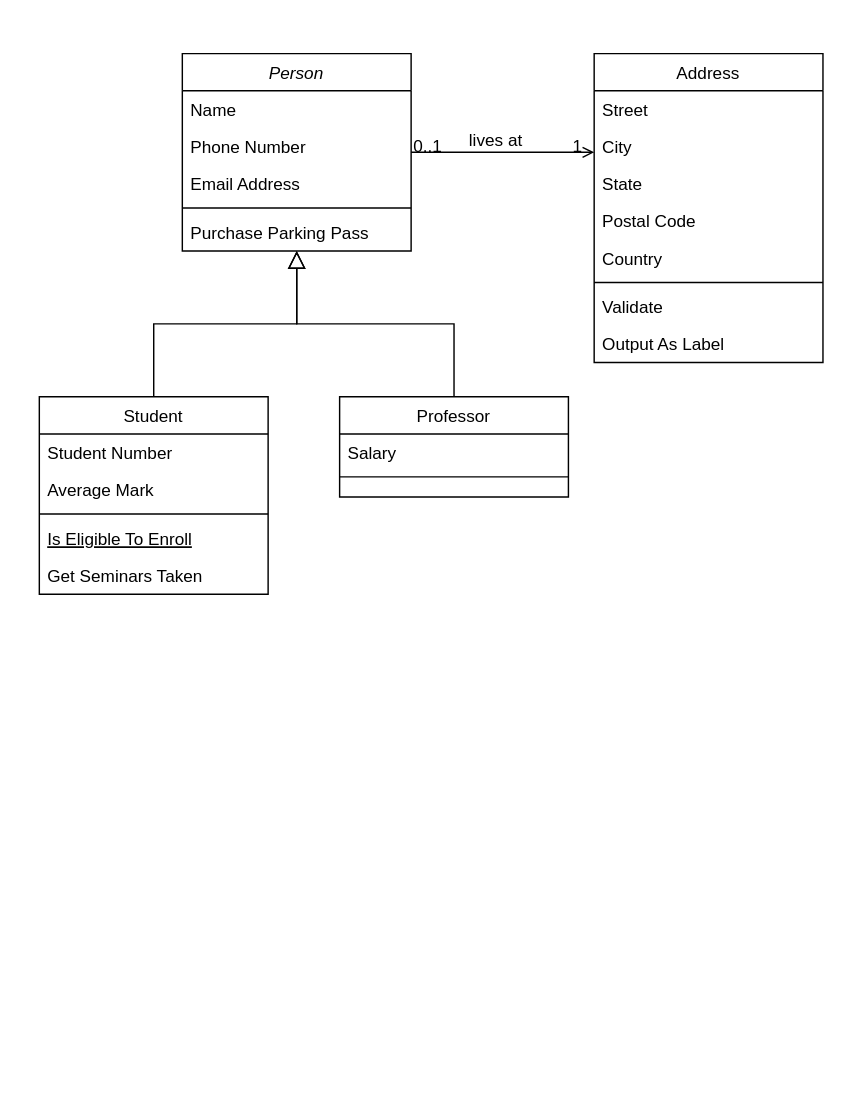
Before: doc/Untitled Diagram.drawio in fastcampus-711/backend, a draw.io diagram. Source tidied: cells renumbered, new cells numbered last; positions are measured from the earlier drawing's top-left corner, leaving out a move shared by most shapes. Both pictures are drawn from the tidied source at 143%, with x=0, y=0 at pixel (39, 53).
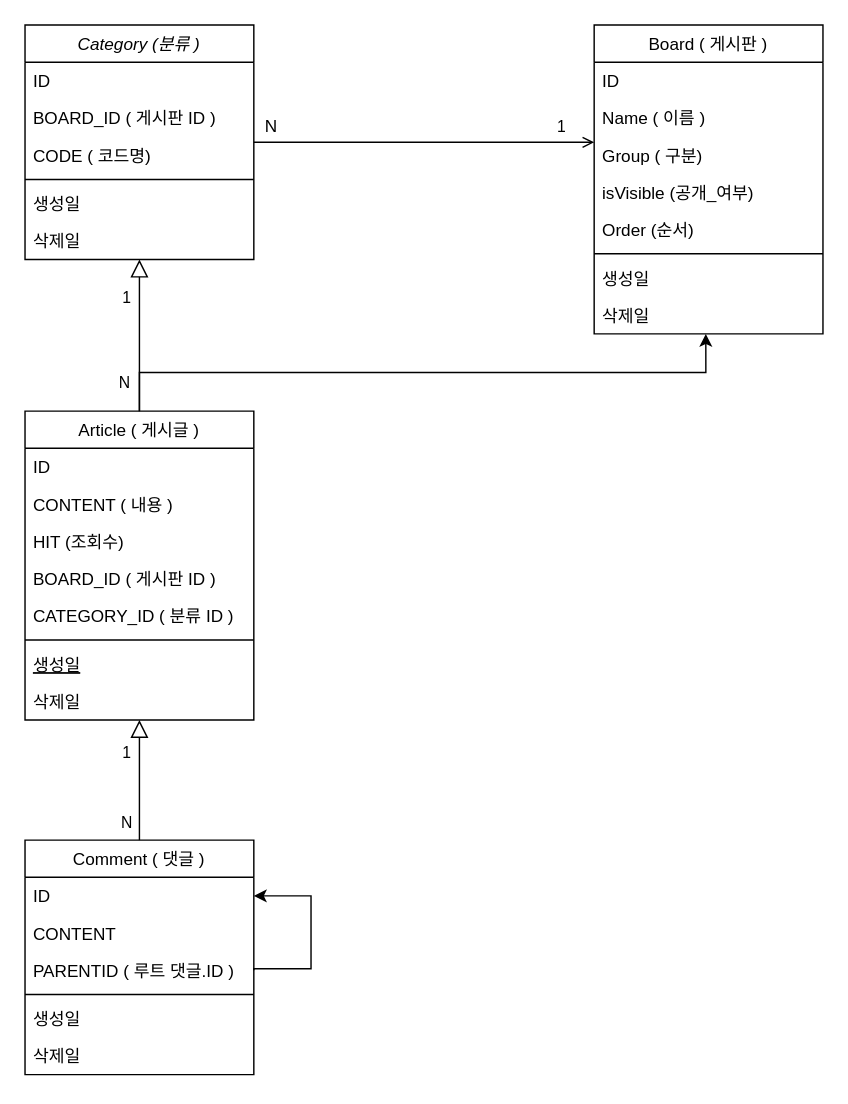
After the change.

Unchanged cells that the change refers to:
```xml
<mxCell id="28" style="endArrow=open;shadow=0;strokeWidth=1;rounded=0;curved=0;endFill=1;edgeStyle=elbowEdgeStyle;elbow=vertical;" parent="1" edge="1" source="2" target="19">
  <mxGeometry x="0.5" y="41" relative="1" as="geometry">
    <mxPoint x="-40" y="32" as="offset" />
  </mxGeometry>
</mxCell>
```

Change to the diagram source:
```diff
@@
-    <mxCell id="2" value="Person" style="swimlane;fontStyle=2;align=center;verticalAlign=top;horizontal=1;startSize=26;rounded=0;shadow=0;strokeWidth=1;" parent="1" vertex="1">
-      <mxGeometry x="100" width="160" height="138" as="geometry" />
+    <mxCell id="2" value="Category (분류 )" style="swimlane;fontStyle=2;align=center;verticalAlign=top;horizontal=1;startSize=26;rounded=0;shadow=0;strokeWidth=1;" parent="1" vertex="1">
+      <mxGeometry x="-10" y="-20" width="160" height="164" as="geometry" />
     </mxCell>
-    <mxCell id="3" value="Name" style="text;align=left;verticalAlign=top;spacingLeft=4;spacingRight=4;overflow=hidden;" parent="2" vertex="1">
+    <mxCell id="3" value="ID" style="text;align=left;verticalAlign=top;spacingLeft=4;spacingRight=4;overflow=hidden;" parent="2" vertex="1">
       <mxGeometry y="26" width="160" height="26" as="geometry" />
     </mxCell>
-    <mxCell id="4" value="Phone Number" style="text;align=left;verticalAlign=top;spacingLeft=4;spacingRight=4;overflow=hidden;rounded=0;shadow=0;html=0;" parent="2" vertex="1">
+    <mxCell id="4" value="BOARD_ID ( 게시판 ID )" style="text;align=left;verticalAlign=top;spacingLeft=4;spacingRight=4;overflow=hidden;rounded=0;shadow=0;html=0;" parent="2" vertex="1">
       <mxGeometry y="52" width="160" height="26" as="geometry" />
     </mxCell>
-    <mxCell id="5" value="Email Address" style="text;align=left;verticalAlign=top;spacingLeft=4;spacingRight=4;overflow=hidden;rounded=0;shadow=0;html=0;" parent="2" vertex="1">
+    <mxCell id="5" value="CODE ( 코드명)" style="text;align=left;verticalAlign=top;spacingLeft=4;spacingRight=4;overflow=hidden;rounded=0;shadow=0;html=0;" parent="2" vertex="1">
       <mxGeometry y="78" width="160" height="26" as="geometry" />
     </mxCell>
@@
-    <mxCell id="7" value="Purchase Parking Pass" style="text;align=left;verticalAlign=top;spacingLeft=4;spacingRight=4;overflow=hidden;" parent="2" vertex="1">
+    <mxCell id="7" value="생성일" style="text;align=left;verticalAlign=top;spacingLeft=4;spacingRight=4;overflow=hidden;" parent="2" vertex="1">
       <mxGeometry y="112" width="160" height="26" as="geometry" />
     </mxCell>
+    <mxCell id="32" value="삭제일" style="text;align=left;verticalAlign=top;spacingLeft=4;spacingRight=4;overflow=hidden;" parent="2" vertex="1">
+      <mxGeometry y="138" width="160" height="26" as="geometry" />
+    </mxCell>
-    <mxCell id="8" value="Student" style="swimlane;fontStyle=0;align=center;verticalAlign=top;horizontal=1;startSize=26;rounded=0;shadow=0;strokeWidth=1;" parent="1" vertex="1">
-      <mxGeometry y="240" width="160" height="138" as="geometry" />
+    <mxCell id="8" value="Article ( 게시글 )" style="swimlane;fontStyle=0;align=center;verticalAlign=top;horizontal=1;startSize=26;rounded=0;shadow=0;strokeWidth=1;" parent="1" vertex="1">
+      <mxGeometry x="-10" y="250" width="160" height="216" as="geometry" />
     </mxCell>
-    <mxCell id="9" value="Student Number" style="text;align=left;verticalAlign=top;spacingLeft=4;spacingRight=4;overflow=hidden;" parent="8" vertex="1">
+    <mxCell id="9" value="ID" style="text;align=left;verticalAlign=top;spacingLeft=4;spacingRight=4;overflow=hidden;" parent="8" vertex="1">
       <mxGeometry y="26" width="160" height="26" as="geometry" />
     </mxCell>
+    <mxCell id="33" value="CONTENT ( 내용 )" style="text;align=left;verticalAlign=top;spacingLeft=4;spacingRight=4;overflow=hidden;" parent="8" vertex="1">
+      <mxGeometry y="52" width="160" height="26" as="geometry" />
+    </mxCell>
+    <mxCell id="34" value="HIT (조회수)" style="text;align=left;verticalAlign=top;spacingLeft=4;spacingRight=4;overflow=hidden;" parent="8" vertex="1">
+      <mxGeometry y="78" width="160" height="26" as="geometry" />
+    </mxCell>
-    <mxCell id="10" value="Average Mark" style="text;align=left;verticalAlign=top;spacingLeft=4;spacingRight=4;overflow=hidden;rounded=0;shadow=0;html=0;" parent="8" vertex="1">
-      <mxGeometry y="52" width="160" height="26" as="geometry" />
+    <mxCell id="10" value="BOARD_ID ( 게시판 ID )" style="text;align=left;verticalAlign=top;spacingLeft=4;spacingRight=4;overflow=hidden;rounded=0;shadow=0;html=0;" parent="8" vertex="1">
+      <mxGeometry y="104" width="160" height="26" as="geometry" />
     </mxCell>
+    <mxCell id="35" value="CATEGORY_ID ( 분류 ID )" style="text;align=left;verticalAlign=top;spacingLeft=4;spacingRight=4;overflow=hidden;rounded=0;shadow=0;html=0;" parent="8" vertex="1">
+      <mxGeometry y="130" width="160" height="26" as="geometry" />
+    </mxCell>
     <mxCell id="11" style="line;html=1;strokeWidth=1;align=left;verticalAlign=middle;spacingTop=-1;spacingLeft=3;spacingRight=3;labelPosition=right;" parent="8" vertex="1">
-      <mxGeometry y="78" width="160" height="8" as="geometry" />
+      <mxGeometry y="156" width="160" height="8" as="geometry" />
     </mxCell>
-    <mxCell id="12" value="Is Eligible To Enroll" style="text;align=left;verticalAlign=top;spacingLeft=4;spacingRight=4;overflow=hidden;fontStyle=4;" parent="8" vertex="1">
-      <mxGeometry y="86" width="160" height="26" as="geometry" />
+    <mxCell id="12" value="생성일" style="text;align=left;verticalAlign=top;spacingLeft=4;spacingRight=4;overflow=hidden;fontStyle=4;" parent="8" vertex="1">
+      <mxGeometry y="164" width="160" height="26" as="geometry" />
     </mxCell>
-    <mxCell id="13" value="Get Seminars Taken" style="text;align=left;verticalAlign=top;spacingLeft=4;spacingRight=4;overflow=hidden;points=[[0,0.5],[1,0.5]];portConstraint=eastwest;" parent="8" vertex="1">
-      <mxGeometry y="112" width="160" height="26" as="geometry" />
+    <mxCell id="13" value="삭제일" style="text;align=left;verticalAlign=top;spacingLeft=4;spacingRight=4;overflow=hidden;points=[[0,0.5],[1,0.5]];portConstraint=eastwest;" parent="8" vertex="1">
+      <mxGeometry y="190" width="160" height="26" as="geometry" />
     </mxCell>
-    <mxCell id="14" style="endArrow=block;endSize=10;endFill=0;shadow=0;strokeWidth=1;rounded=0;curved=0;edgeStyle=elbowEdgeStyle;elbow=vertical;" parent="1" edge="1" source="8" target="2">
-      <mxGeometry relative="1" as="geometry" />
+    <mxCell id="14" value="N" style="endArrow=block;endSize=10;endFill=0;shadow=0;strokeWidth=1;rounded=0;curved=0;edgeStyle=elbowEdgeStyle;elbow=vertical;horizontal=1;" parent="1" edge="1" source="8" target="2">
+      <mxGeometry x="-0.62" y="10" relative="1" as="geometry">
+        <Array as="points">
+          <mxPoint x="70" y="230" />
+        </Array>
+      </mxGeometry>
     </mxCell>
+    <mxCell id="36" value="1" style="edgeLabel;html=1;align=center;verticalAlign=middle;" parent="14" vertex="1">
+      <mxGeometry x="0.57" y="-1" relative="1" as="geometry">
+        <mxPoint x="-11" y="3" as="offset" />
+      </mxGeometry>
+    </mxCell>
-    <mxCell id="15" value="Professor" style="swimlane;fontStyle=0;align=center;verticalAlign=top;horizontal=1;startSize=26;rounded=0;shadow=0;strokeWidth=1;" parent="1" vertex="1">
-      <mxGeometry x="210" y="240" width="160" height="70" as="geometry" />
+    <mxCell id="15" value="Comment ( 댓글 )" style="swimlane;fontStyle=0;align=center;verticalAlign=top;horizontal=1;startSize=26;rounded=0;shadow=0;strokeWidth=1;" parent="1" vertex="1">
+      <mxGeometry x="-10" y="550" width="160" height="164" as="geometry" />
     </mxCell>
-    <mxCell id="16" value="Salary" style="text;align=left;verticalAlign=top;spacingLeft=4;spacingRight=4;overflow=hidden;points=[[0,0.5],[1,0.5]];portConstraint=eastwest;" parent="15" vertex="1">
+    <mxCell id="16" value="ID" style="text;align=left;verticalAlign=top;spacingLeft=4;spacingRight=4;overflow=hidden;points=[[0,0.5],[1,0.5]];portConstraint=eastwest;" parent="15" vertex="1">
       <mxGeometry y="26" width="160" height="26" as="geometry" />
     </mxCell>
+    <mxCell id="37" value="CONTENT" style="text;align=left;verticalAlign=top;spacingLeft=4;spacingRight=4;overflow=hidden;" parent="15" vertex="1">
+      <mxGeometry y="52" width="160" height="26" as="geometry" />
+    </mxCell>
+    <mxCell id="38" style="edgeStyle=orthogonalEdgeStyle;rounded=0;jettySize=auto;html=1;entryX=1;entryY=0.5;entryDx=0;entryDy=0;exitX=1;exitY=0.5;exitDx=0;exitDy=0;" parent="15" edge="1" source="39" target="16">
+      <mxGeometry relative="1" as="geometry">
+        <Array as="points">
+          <mxPoint x="160" y="90" />
+          <mxPoint x="200" y="90" />
+          <mxPoint x="200" y="39" />
+        </Array>
+      </mxGeometry>
+    </mxCell>
+    <mxCell id="39" value="PARENTID ( 루트 댓글.ID )" style="text;align=left;verticalAlign=top;spacingLeft=4;spacingRight=4;overflow=hidden;points=[[0,0.5],[1,0.5]];portConstraint=eastwest;" parent="15" vertex="1">
+      <mxGeometry y="78" width="160" height="26" as="geometry" />
+    </mxCell>
     <mxCell id="17" style="line;html=1;strokeWidth=1;align=left;verticalAlign=middle;spacingTop=-1;spacingLeft=3;spacingRight=3;labelPosition=right;" parent="15" vertex="1">
-      <mxGeometry y="52" width="160" height="8" as="geometry" />
+      <mxGeometry y="104" width="160" height="8" as="geometry" />
     </mxCell>
+    <mxCell id="40" value="생성일" style="text;align=left;verticalAlign=top;spacingLeft=4;spacingRight=4;overflow=hidden;" parent="15" vertex="1">
+      <mxGeometry y="112" width="160" height="26" as="geometry" />
+    </mxCell>
+    <mxCell id="41" value="삭제일" style="text;align=left;verticalAlign=top;spacingLeft=4;spacingRight=4;overflow=hidden;" parent="15" vertex="1">
+      <mxGeometry y="138" width="160" height="26" as="geometry" />
+    </mxCell>
-    <mxCell id="18" style="endArrow=block;endSize=10;endFill=0;shadow=0;strokeWidth=1;rounded=0;curved=0;edgeStyle=elbowEdgeStyle;elbow=vertical;" parent="1" edge="1" source="15" target="2">
+    <mxCell id="18" style="endArrow=block;endSize=10;endFill=0;shadow=0;strokeWidth=1;rounded=0;curved=0;edgeStyle=elbowEdgeStyle;elbow=vertical;" parent="1" edge="1" source="15" target="13">
       <mxGeometry relative="1" as="geometry" />
     </mxCell>
+    <mxCell id="42" value="1" style="edgeLabel;html=1;align=center;verticalAlign=middle;" parent="18" vertex="1">
+      <mxGeometry x="0.47" y="-1" relative="1" as="geometry">
+        <mxPoint x="-11" as="offset" />
+      </mxGeometry>
+    </mxCell>
+    <mxCell id="43" value="N" style="edgeLabel;html=1;align=center;verticalAlign=middle;" parent="18" vertex="1">
+      <mxGeometry x="-0.69" relative="1" as="geometry">
+        <mxPoint x="-10" as="offset" />
+      </mxGeometry>
+    </mxCell>
-    <mxCell id="19" value="Address" style="swimlane;fontStyle=0;align=center;verticalAlign=top;horizontal=1;startSize=26;rounded=0;shadow=0;strokeWidth=1;" parent="1" vertex="1">
-      <mxGeometry x="388" width="160" height="216" as="geometry" />
+    <mxCell id="19" value="Board ( 게시판 )" style="swimlane;fontStyle=0;align=center;verticalAlign=top;horizontal=1;startSize=26;rounded=0;shadow=0;strokeWidth=1;" parent="1" vertex="1">
+      <mxGeometry x="388" y="-20" width="160" height="216" as="geometry" />
     </mxCell>
-    <mxCell id="20" value="Street" style="text;align=left;verticalAlign=top;spacingLeft=4;spacingRight=4;overflow=hidden;" parent="19" vertex="1">
+    <mxCell id="20" value="ID" style="text;align=left;verticalAlign=top;spacingLeft=4;spacingRight=4;overflow=hidden;" parent="19" vertex="1">
       <mxGeometry y="26" width="160" height="26" as="geometry" />
     </mxCell>
-    <mxCell id="21" value="City" style="text;align=left;verticalAlign=top;spacingLeft=4;spacingRight=4;overflow=hidden;rounded=0;shadow=0;html=0;" parent="19" vertex="1">
+    <mxCell id="21" value="Name ( 이름 )" style="text;align=left;verticalAlign=top;spacingLeft=4;spacingRight=4;overflow=hidden;rounded=0;shadow=0;html=0;" parent="19" vertex="1">
       <mxGeometry y="52" width="160" height="26" as="geometry" />
     </mxCell>
-    <mxCell id="22" value="State" style="text;align=left;verticalAlign=top;spacingLeft=4;spacingRight=4;overflow=hidden;rounded=0;shadow=0;html=0;" parent="19" vertex="1">
+    <mxCell id="22" value="Group ( 구분)" style="text;align=left;verticalAlign=top;spacingLeft=4;spacingRight=4;overflow=hidden;rounded=0;shadow=0;html=0;" parent="19" vertex="1">
       <mxGeometry y="78" width="160" height="26" as="geometry" />
     </mxCell>
-    <mxCell id="23" value="Postal Code" style="text;align=left;verticalAlign=top;spacingLeft=4;spacingRight=4;overflow=hidden;rounded=0;shadow=0;html=0;" parent="19" vertex="1">
+    <mxCell id="23" value="isVisible (공개_여부)" style="text;align=left;verticalAlign=top;spacingLeft=4;spacingRight=4;overflow=hidden;rounded=0;shadow=0;html=0;" parent="19" vertex="1">
       <mxGeometry y="104" width="160" height="26" as="geometry" />
     </mxCell>
-    <mxCell id="24" value="Country" style="text;align=left;verticalAlign=top;spacingLeft=4;spacingRight=4;overflow=hidden;rounded=0;shadow=0;html=0;" parent="19" vertex="1">
+    <mxCell id="24" value="Order (순서)" style="text;align=left;verticalAlign=top;spacingLeft=4;spacingRight=4;overflow=hidden;rounded=0;shadow=0;html=0;" parent="19" vertex="1">
       <mxGeometry y="130" width="160" height="26" as="geometry" />
     </mxCell>
@@
-    <mxCell id="26" value="Validate" style="text;align=left;verticalAlign=top;spacingLeft=4;spacingRight=4;overflow=hidden;" parent="19" vertex="1">
+    <mxCell id="26" value="생성일" style="text;align=left;verticalAlign=top;spacingLeft=4;spacingRight=4;overflow=hidden;" parent="19" vertex="1">
       <mxGeometry y="164" width="160" height="26" as="geometry" />
     </mxCell>
-    <mxCell id="27" value="Output As Label" style="text;align=left;verticalAlign=top;spacingLeft=4;spacingRight=4;overflow=hidden;points=[[0,0.5],[1,0.5]];portConstraint=eastwest;" parent="19" vertex="1">
+    <mxCell id="27" value="삭제일" style="text;align=left;verticalAlign=top;spacingLeft=4;spacingRight=4;overflow=hidden;points=[[0,0.5],[1,0.5]];portConstraint=eastwest;" parent="19" vertex="1">
       <mxGeometry y="190" width="160" height="26" as="geometry" />
     </mxCell>
@@
-    <mxCell id="29" value="0..1" style="align=left;verticalAlign=bottom;labelBackgroundColor=none;fontSize=12;" parent="28" vertex="1">
+    <mxCell id="29" style="align=left;verticalAlign=bottom;labelBackgroundColor=none;fontSize=12;" parent="28" vertex="1">
       <mxGeometry x="-1" relative="1" as="geometry">
         <mxPoint y="4" as="offset" />
       </mxGeometry>
     </mxCell>
-    <mxCell id="30" value="1" style="align=right;verticalAlign=bottom;labelBackgroundColor=none;fontSize=12;" parent="28" vertex="1">
+    <mxCell id="30" style="align=right;verticalAlign=bottom;labelBackgroundColor=none;fontSize=12;" parent="28" vertex="1">
       <mxGeometry x="1" relative="1" as="geometry">
         <mxPoint x="-7" y="4" as="offset" />
       </mxGeometry>
     </mxCell>
-    <mxCell id="31" value="lives at" style="text;html=1;align=center;verticalAlign=middle;labelBackgroundColor=none;rounded=0;shadow=0;strokeWidth=1;fontSize=12;" parent="28" vertex="1">
+    <mxCell id="31" value="N" style="text;html=1;align=center;verticalAlign=middle;labelBackgroundColor=none;rounded=0;shadow=0;strokeWidth=1;fontSize=12;" parent="28" vertex="1">
       <mxGeometry x="0.5" y="49" relative="1" as="geometry">
-        <mxPoint x="-38" y="40" as="offset" />
+        <mxPoint x="-168" y="37" as="offset" />
       </mxGeometry>
     </mxCell>
+    <mxCell id="44" value="1" style="edgeLabel;html=1;align=center;verticalAlign=middle;" parent="28" vertex="1">
+      <mxGeometry x="0.8" y="-1" relative="1" as="geometry">
+        <mxPoint y="-13" as="offset" />
+      </mxGeometry>
+    </mxCell>
+    <mxCell id="45" style="edgeStyle=orthogonalEdgeStyle;rounded=0;jettySize=auto;html=1;entryX=0.488;entryY=1;entryDx=0;entryDy=0;entryPerimeter=0;" parent="1" edge="1" source="8" target="27">
+      <mxGeometry relative="1" as="geometry" />
+    </mxCell>
```
